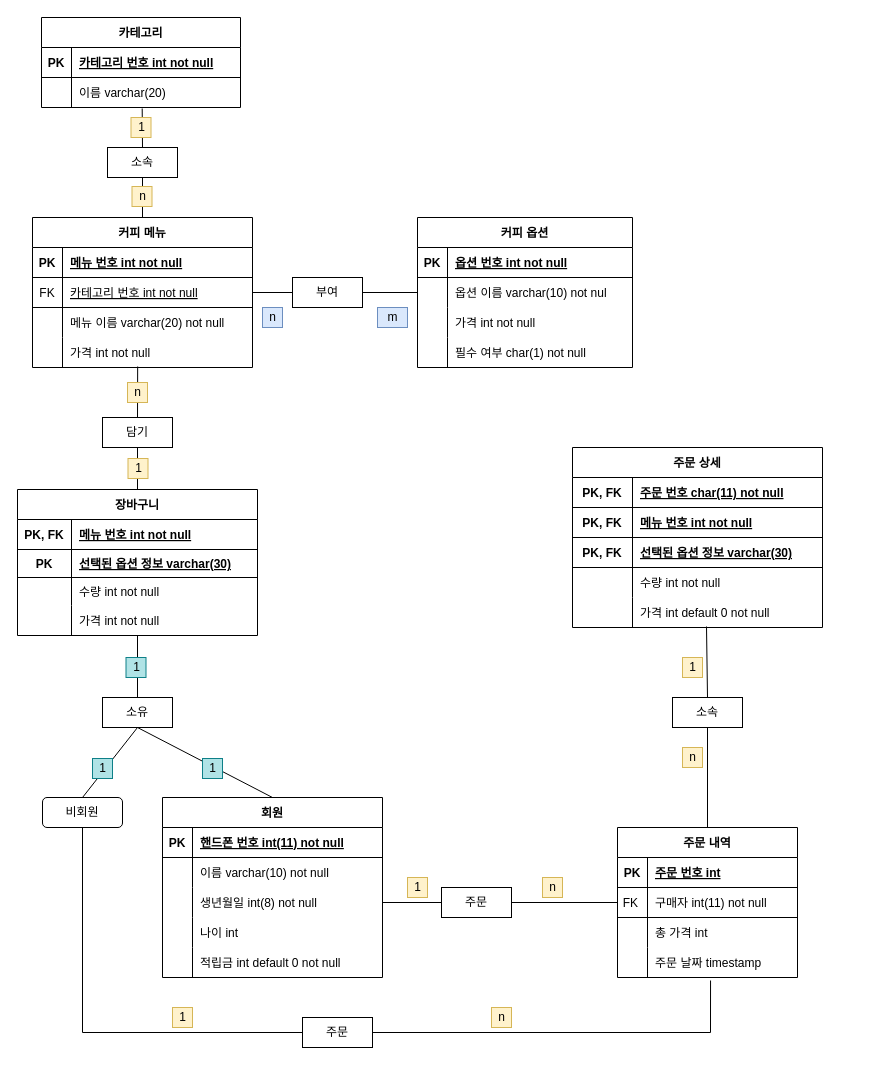
Above: physical_ERD.drawio in jdohun/22-1Database (draw.io), before the change. Source tidied: cells renumbered, new cells numbered last; positions are measured from the earlier drawing's top-left corner, leaving out a move shared by most shapes. Both pictures are drawn from the tidied source at 100%, with x=0, y=0 at pixel (17, 17).
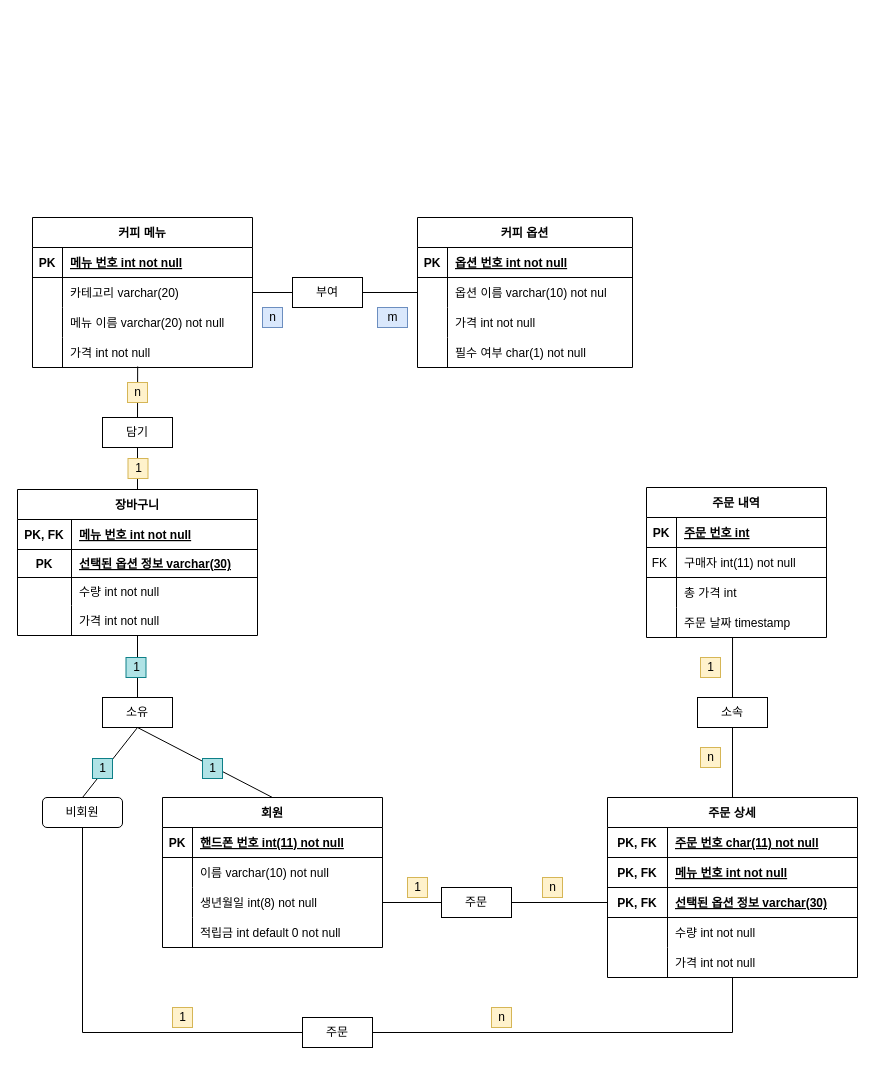
The same page after the edit.

Unchanged cells that the change refers to:
```xml
<mxCell id="9" value="커피 메뉴" style="shape=table;startSize=30;childLayout=tableLayout;rowLines=0;fontStyle=1;align=center;" parent="1" vertex="1">
  <mxGeometry x="15" y="200" width="220" height="150" as="geometry" />
</mxCell>
<mxCell id="52" value="부여" style="rounded=0;whiteSpace=wrap;html=1;" parent="1" vertex="1">
  <mxGeometry x="275" y="260" width="70" height="30" as="geometry" />
</mxCell>
<mxCell id="85" style="shape=tableRow;horizontal=0;startSize=0;swimlaneHead=0;swimlaneBody=0;fillColor=none;points=[[0,0.5],[1,0.5]];portConstraint=eastwest;top=0;left=0;right=0;bottom=1;" parent="78" vertex="1">
  <mxGeometry y="90" width="250" height="30" as="geometry" />
</mxCell>
<mxCell id="91" style="shape=tableRow;horizontal=0;startSize=0;swimlaneHead=0;swimlaneBody=0;fillColor=none;points=[[0,0.5],[1,0.5]];portConstraint=eastwest;top=0;left=0;right=0;bottom=0;" parent="78" vertex="1">
  <mxGeometry y="150" width="250" height="30" as="geometry" />
</mxCell>
<mxCell id="94" value="주문" style="rounded=0;whiteSpace=wrap;html=1;" parent="1" vertex="1">
  <mxGeometry x="285" y="1000" width="70" height="30" as="geometry" />
</mxCell>
<mxCell id="95" value="주문" style="rounded=0;whiteSpace=wrap;html=1;" parent="1" vertex="1">
  <mxGeometry x="424" y="870" width="70" height="30" as="geometry" />
</mxCell>
<mxCell id="101" style="shape=tableRow;horizontal=0;startSize=0;swimlaneHead=0;swimlaneBody=0;fillColor=none;points=[[0,0.5],[1,0.5]];portConstraint=eastwest;top=0;left=0;right=0;bottom=1;" parent="97" vertex="1">
  <mxGeometry y="60" width="180" height="30" as="geometry" />
</mxCell>
<mxCell id="107" style="shape=tableRow;horizontal=0;startSize=0;swimlaneHead=0;swimlaneBody=0;fillColor=none;points=[[0,0.5],[1,0.5]];portConstraint=eastwest;top=0;left=0;right=0;bottom=0;" parent="97" vertex="1">
  <mxGeometry y="120" width="180" height="30" as="geometry" />
</mxCell>
```

Diff of the diagram source:
```diff
@@
-    <mxCell id="2" value="카테고리" style="shape=table;startSize=30;childLayout=tableLayout;rowLines=0;fontStyle=1;align=center;" parent="1" vertex="1">
-      <mxGeometry x="24" width="199" height="90" as="geometry" />
-    </mxCell>
-    <mxCell id="3" style="shape=tableRow;horizontal=0;startSize=0;swimlaneHead=0;swimlaneBody=0;fillColor=none;top=0;left=0;right=0;bottom=1;" parent="2" vertex="1">
-      <mxGeometry y="30" width="199" height="30" as="geometry" />
-    </mxCell>
-    <mxCell id="4" value="PK" style="shape=partialRectangle;fillColor=none;top=0;left=0;bottom=0;right=0;fontStyle=1;overflow=hidden;" parent="3" vertex="1">
-      <mxGeometry width="30" height="30" as="geometry" />
-    </mxCell>
-    <mxCell id="5" value="카테고리 번호 int not null" style="shape=partialRectangle;fillColor=none;top=0;left=0;bottom=0;right=0;align=left;spacingLeft=6;fontStyle=5;overflow=hidden;" parent="3" vertex="1">
-      <mxGeometry x="30" width="169" height="30" as="geometry" />
-    </mxCell>
-    <mxCell id="6" style="shape=tableRow;horizontal=0;startSize=0;swimlaneHead=0;swimlaneBody=0;fillColor=none;points=[[0,0.5],[1,0.5]];portConstraint=eastwest;top=0;left=0;right=0;bottom=0;" parent="2" vertex="1">
-      <mxGeometry y="60" width="199" height="30" as="geometry" />
-    </mxCell>
-    <mxCell id="7" style="shape=partialRectangle;fillColor=none;top=0;left=0;bottom=0;right=0;overflow=hidden;" parent="6" vertex="1">
-      <mxGeometry width="30" height="30" as="geometry" />
-    </mxCell>
-    <mxCell id="8" value="이름 varchar(20)" style="shape=partialRectangle;fillColor=none;top=0;left=0;bottom=0;right=0;align=left;spacingLeft=6;overflow=hidden;" parent="6" vertex="1">
-      <mxGeometry x="30" width="169" height="30" as="geometry" />
-    </mxCell>
@@
-    <mxCell id="13" style="shape=tableRow;horizontal=0;startSize=0;swimlaneHead=0;swimlaneBody=0;fillColor=none;points=[[0,0.5],[1,0.5]];portConstraint=eastwest;top=0;left=0;right=0;bottom=1;" parent="9" vertex="1">
-      <mxGeometry y="60" width="220" height="30" as="geometry" />
-    </mxCell>
-    <mxCell id="14" value="FK" style="shape=partialRectangle;fillColor=none;top=0;left=0;bottom=0;right=0;fontStyle=0;overflow=hidden;" parent="13" vertex="1">
-      <mxGeometry width="30" height="30" as="geometry" />
-    </mxCell>
-    <mxCell id="15" value="카테고리 번호 int not null" style="shape=partialRectangle;fillColor=none;top=0;left=0;bottom=0;right=0;align=left;spacingLeft=6;fontStyle=4;overflow=hidden;" parent="13" vertex="1">
-      <mxGeometry x="30" width="190" height="30" as="geometry" />
-    </mxCell>
     <mxCell id="16" style="shape=tableRow;horizontal=0;startSize=0;swimlaneHead=0;swimlaneBody=0;fillColor=none;top=0;left=0;right=0;bottom=0;" parent="9" vertex="1">
-      <mxGeometry y="90" width="220" height="30" as="geometry" />
+      <mxGeometry y="60" width="220" height="30" as="geometry" />
     </mxCell>
@@
-    <mxCell id="18" value="메뉴 이름 varchar(20) not null" style="shape=partialRectangle;fillColor=none;top=0;left=0;bottom=0;right=0;align=left;spacingLeft=6;overflow=hidden;" parent="16" vertex="1">
+    <mxCell id="18" value="카테고리 varchar(20)" style="shape=partialRectangle;fillColor=none;top=0;left=0;bottom=0;right=0;align=left;spacingLeft=6;overflow=hidden;" parent="16" vertex="1">
       <mxGeometry x="30" width="190" height="30" as="geometry" />
     </mxCell>
+    <mxCell id="131" style="shape=tableRow;horizontal=0;startSize=0;swimlaneHead=0;swimlaneBody=0;fillColor=none;top=0;left=0;right=0;bottom=0;" parent="9" vertex="1">
+      <mxGeometry y="90" width="220" height="30" as="geometry" />
+    </mxCell>
+    <mxCell id="132" style="shape=partialRectangle;fillColor=none;top=0;left=0;bottom=0;right=0;overflow=hidden;" parent="131" vertex="1">
+      <mxGeometry width="30" height="30" as="geometry" />
+    </mxCell>
+    <mxCell id="133" value="메뉴 이름 varchar(20) not null" style="shape=partialRectangle;fillColor=none;top=0;left=0;bottom=0;right=0;align=left;spacingLeft=6;overflow=hidden;" parent="131" vertex="1">
+      <mxGeometry x="30" width="190" height="30" as="geometry" />
+    </mxCell>
@@
-    <mxCell id="35" value="소속" style="rounded=0;whiteSpace=wrap;html=1;" parent="1" vertex="1">
-      <mxGeometry x="90" y="130" width="70" height="30" as="geometry" />
-    </mxCell>
-    <mxCell id="36" style="endArrow=none;html=1;rounded=0;entryX=0.506;entryY=1.033;entryDx=0;entryDy=0;entryPerimeter=0;exitX=0.5;exitY=0;exitDx=0;exitDy=0;" parent="1" edge="1" source="35" target="6">
-      <mxGeometry relative="1" as="geometry" />
-    </mxCell>
-    <mxCell id="37" style="endArrow=none;html=1;rounded=0;exitX=0.5;exitY=1;exitDx=0;exitDy=0;entryX=0.5;entryY=0;entryDx=0;entryDy=0;" parent="1" edge="1" source="35" target="9">
-      <mxGeometry relative="1" as="geometry" />
-    </mxCell>
@@
-    <mxCell id="53" style="endArrow=none;html=1;rounded=0;exitX=1;exitY=0.5;exitDx=0;exitDy=0;entryX=0;entryY=0.5;entryDx=0;entryDy=0;" parent="1" edge="1" source="13" target="52">
-      <mxGeometry relative="1" as="geometry" />
+    <mxCell id="53" style="endArrow=none;html=1;rounded=0;exitX=1;exitY=0.5;exitDx=0;exitDy=0;entryX=0;entryY=0.5;entryDx=0;entryDy=0;" parent="1" edge="1" target="52">
+      <mxGeometry relative="1" as="geometry">
+        <mxPoint x="235" y="275" as="sourcePoint" />
+      </mxGeometry>
     </mxCell>
@@
     <mxCell id="60" value="회원" style="shape=table;startSize=30;childLayout=tableLayout;rowLines=0;fontStyle=1;align=center;" parent="1" vertex="1">
-      <mxGeometry x="145" y="780" width="220" height="180" as="geometry" />
+      <mxGeometry x="145" y="780" width="220" height="150" as="geometry" />
     </mxCell>
@@
-    <mxCell id="70" style="shape=tableRow;horizontal=0;startSize=0;swimlaneHead=0;swimlaneBody=0;fillColor=none;top=0;left=0;right=0;bottom=0;" parent="60" vertex="1">
-      <mxGeometry y="120" width="220" height="30" as="geometry" />
-    </mxCell>
-    <mxCell id="71" style="shape=partialRectangle;fillColor=none;top=0;left=0;bottom=0;right=0;overflow=hidden;" parent="70" vertex="1">
-      <mxGeometry width="30" height="30" as="geometry" />
-    </mxCell>
-    <mxCell id="72" value="나이 int" style="shape=partialRectangle;fillColor=none;top=0;left=0;bottom=0;right=0;align=left;spacingLeft=6;overflow=hidden;" parent="70" vertex="1">
-      <mxGeometry x="30" width="190" height="30" as="geometry" />
-    </mxCell>
     <mxCell id="73" style="shape=tableRow;horizontal=0;startSize=0;swimlaneHead=0;swimlaneBody=0;fillColor=none;top=0;left=0;right=0;bottom=0;" parent="60" vertex="1">
-      <mxGeometry y="150" width="220" height="30" as="geometry" />
+      <mxGeometry y="120" width="220" height="30" as="geometry" />
     </mxCell>
@@
     <mxCell id="78" value="주문 상세" style="shape=table;startSize=30;childLayout=tableLayout;rowLines=0;fontStyle=1;align=center;" parent="1" vertex="1">
-      <mxGeometry x="555" y="430" width="250" height="180" as="geometry" />
+      <mxGeometry x="590" y="780" width="250" height="180" as="geometry" />
     </mxCell>
@@
-    <mxCell id="93" value="가격 int default 0 not null" style="shape=partialRectangle;fillColor=none;top=0;left=0;bottom=0;right=0;align=left;spacingLeft=6;overflow=hidden;" parent="91" vertex="1">
+    <mxCell id="93" value="가격 int not null" style="shape=partialRectangle;fillColor=none;top=0;left=0;bottom=0;right=0;align=left;spacingLeft=6;overflow=hidden;" parent="91" vertex="1">
       <mxGeometry x="60" width="190" height="30" as="geometry" />
     </mxCell>
@@
     <mxCell id="97" value="주문 내역" style="shape=table;startSize=30;childLayout=tableLayout;rowLines=0;fontStyle=1;align=center;" parent="1" vertex="1">
-      <mxGeometry x="600" y="810" width="180" height="150" as="geometry" />
+      <mxGeometry x="629" y="470" width="180" height="150" as="geometry" />
     </mxCell>
@@
     <mxCell id="110" value="소속" style="rounded=0;whiteSpace=wrap;html=1;" parent="1" vertex="1">
-      <mxGeometry x="655" y="680" width="70" height="30" as="geometry" />
+      <mxGeometry x="680" y="680" width="70" height="30" as="geometry" />
     </mxCell>
-    <mxCell id="111" value="1" style="text;html=1;align=center;verticalAlign=middle;strokeColor=#d6b656;fillColor=#fff2cc;" parent="1" vertex="1">
-      <mxGeometry x="113.5" y="100" width="20" height="20" as="geometry" />
-    </mxCell>
-    <mxCell id="112" value="n" style="text;html=1;align=center;verticalAlign=middle;strokeColor=#d6b656;fillColor=#fff2cc;" parent="1" vertex="1">
-      <mxGeometry x="114.5" y="169" width="20" height="20" as="geometry" />
-    </mxCell>
@@
     <mxCell id="124" value="1" style="text;html=1;align=center;verticalAlign=middle;strokeColor=#d6b656;fillColor=#fff2cc;" parent="1" vertex="1">
-      <mxGeometry x="665" y="640" width="20" height="20" as="geometry" />
+      <mxGeometry x="683" y="640" width="20" height="20" as="geometry" />
     </mxCell>
     <mxCell id="125" value="n" style="text;html=1;align=center;verticalAlign=middle;strokeColor=#d6b656;fillColor=#fff2cc;" parent="1" vertex="1">
-      <mxGeometry x="665" y="730" width="20" height="20" as="geometry" />
+      <mxGeometry x="683" y="730" width="20" height="20" as="geometry" />
     </mxCell>
@@
-    <mxCell id="127" style="endArrow=none;html=1;rounded=0;exitX=1;exitY=0.5;exitDx=0;exitDy=0;entryX=0.517;entryY=1.1;entryDx=0;entryDy=0;entryPerimeter=0;" parent="1" edge="1" source="94" target="107">
+    <mxCell id="127" style="endArrow=none;html=1;rounded=0;exitX=1;exitY=0.5;exitDx=0;exitDy=0;" parent="1" edge="1" source="94" target="91">
       <mxGeometry relative="1" as="geometry">
         <Array as="points">
-          <mxPoint x="693" y="1015" />
+          <mxPoint x="715" y="1015" />
         </Array>
       </mxGeometry>
     </mxCell>
-    <mxCell id="128" style="endArrow=none;html=1;rounded=0;exitX=1;exitY=0.5;exitDx=0;exitDy=0;entryX=0;entryY=0.5;entryDx=0;entryDy=0;" parent="1" edge="1" source="95" target="101">
+    <mxCell id="128" style="endArrow=none;html=1;rounded=0;exitX=1;exitY=0.5;exitDx=0;exitDy=0;entryX=0;entryY=0.5;entryDx=0;entryDy=0;" parent="1" edge="1" source="95" target="85">
       <mxGeometry relative="1" as="geometry" />
     </mxCell>
-    <mxCell id="129" style="endArrow=none;html=1;rounded=0;exitX=0.5;exitY=0;exitDx=0;exitDy=0;entryX=0.5;entryY=1;entryDx=0;entryDy=0;" parent="1" edge="1" source="97" target="110">
-      <mxGeometry relative="1" as="geometry" />
-    </mxCell>
-    <mxCell id="130" style="endArrow=none;html=1;rounded=0;exitX=0.536;exitY=0.967;exitDx=0;exitDy=0;entryX=0.5;entryY=0;entryDx=0;entryDy=0;exitPerimeter=0;" parent="1" edge="1" source="91" target="110">
-      <mxGeometry relative="1" as="geometry" />
-    </mxCell>
+    <mxCell id="134" style="endArrow=none;html=1;rounded=0;entryX=0.478;entryY=1;entryDx=0;entryDy=0;entryPerimeter=0;exitX=0.5;exitY=0;exitDx=0;exitDy=0;" parent="1" edge="1" source="110" target="107">
+      <mxGeometry relative="1" as="geometry" />
+    </mxCell>
+    <mxCell id="135" style="endArrow=none;html=1;rounded=0;entryX=0.5;entryY=1;entryDx=0;entryDy=0;exitX=0.5;exitY=0;exitDx=0;exitDy=0;" parent="1" edge="1" source="78" target="110">
+      <mxGeometry relative="1" as="geometry" />
+    </mxCell>
```
